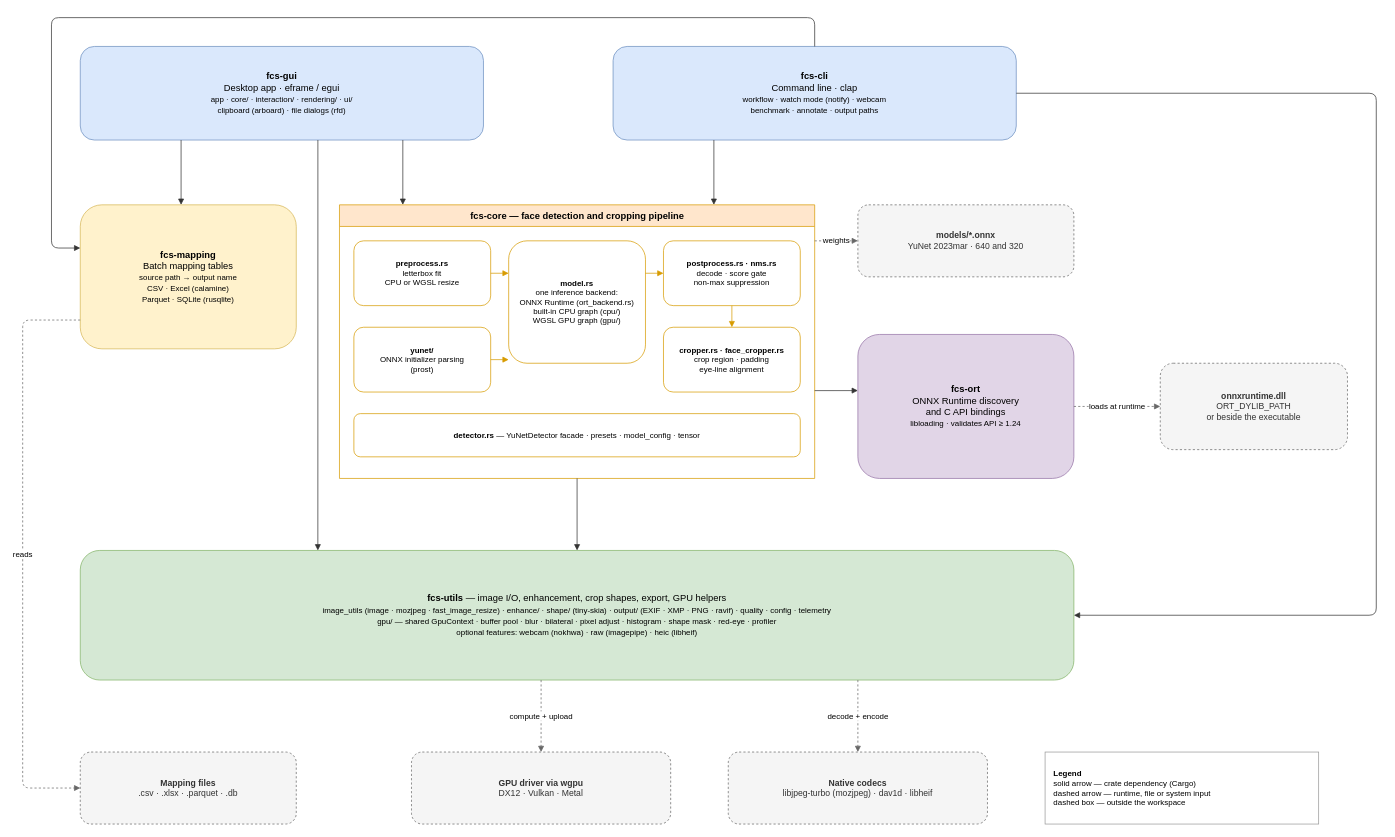
This is docs/diagrams/workspace-architecture.drawio from gregorycarnegie/face-crop-studio, a draw.io file, before an edit. Source tidied: cells renumbered, new cells numbered last; positions are measured from the earlier drawing's top-left corner, leaving out a move shared by most shapes. Both pictures are drawn from the tidied source at 72%, with x=0, y=0 at pixel (22, 17).
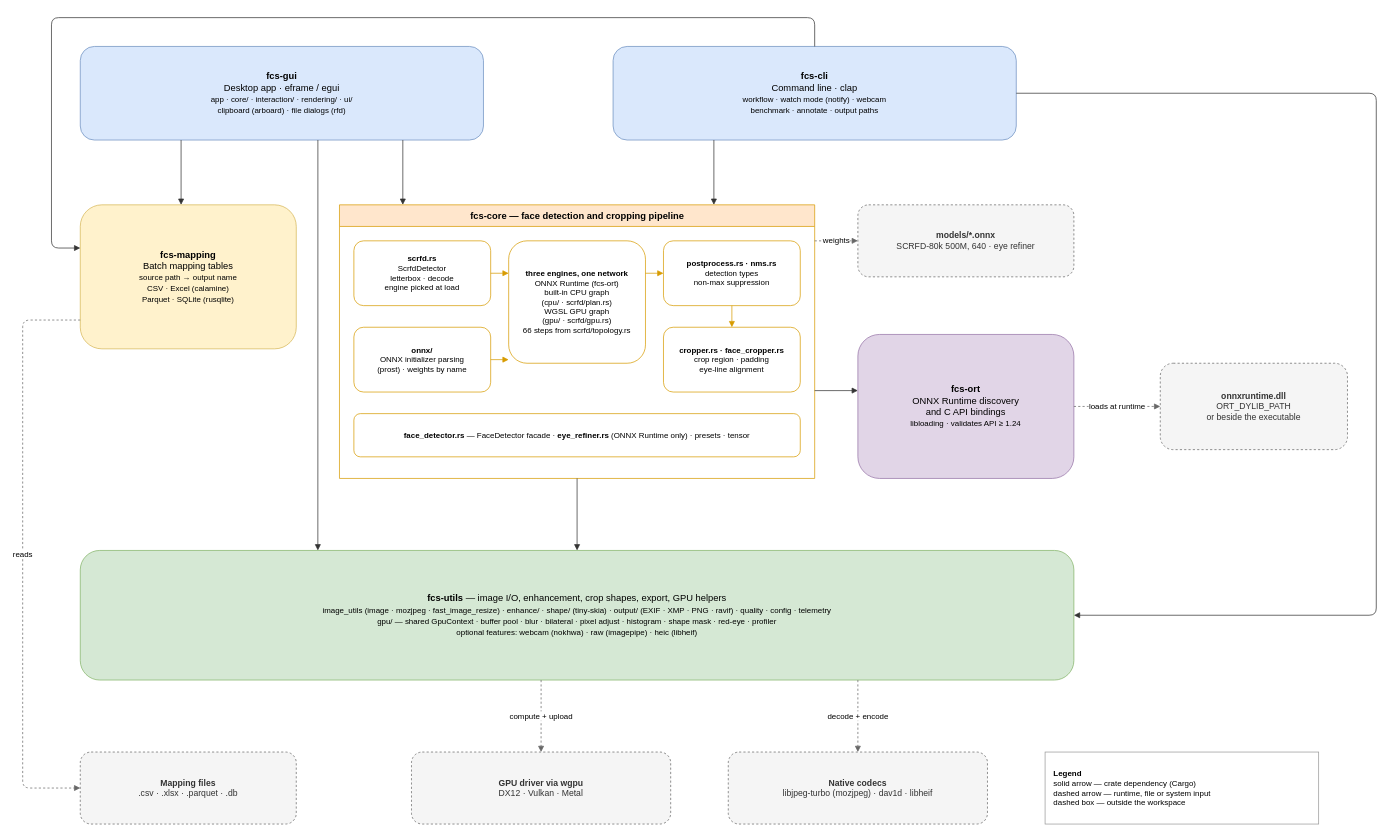
The same diagram, later.

Commit message (it also covers changes not shown here):
Redraw the architecture diagrams for SCRFD

Unchanged cells that the change refers to:
```xml
<mxCell id="5" value="fcs-core — face detection and cropping pipeline" style="swimlane;startSize=30;html=1;fillColor=#ffe6cc;strokeColor=#d79b00;fontStyle=1;fontSize=13;" parent="1" vertex="1">
  <mxGeometry x="440" y="260" width="660" height="380" as="geometry" />
</mxCell>
```

Diff of the diagram source:
```diff
@@
-    <mxCell id="6" value="&lt;b&gt;preprocess.rs&lt;/b&gt;&lt;br&gt;letterbox fit&lt;br&gt;CPU or WGSL resize" style="rounded=1;whiteSpace=wrap;html=1;fillColor=#ffffff;strokeColor=#d79b00;fontSize=11;" parent="5" vertex="1">
+    <mxCell id="6" value="&lt;b&gt;scrfd.rs&lt;/b&gt;&lt;br&gt;ScrfdDetector&lt;br&gt;letterbox · decode&lt;br&gt;engine picked at load" style="rounded=1;whiteSpace=wrap;html=1;fillColor=#ffffff;strokeColor=#d79b00;fontSize=11;" parent="5" vertex="1">
       <mxGeometry x="20" y="50" width="190" height="90" as="geometry" />
     </mxCell>
-    <mxCell id="7" value="&lt;b&gt;model.rs&lt;/b&gt;&lt;br&gt;one inference backend:&lt;br&gt;ONNX Runtime (ort_backend.rs)&lt;br&gt;built-in CPU graph (cpu/)&lt;br&gt;WGSL GPU graph (gpu/)" style="rounded=1;whiteSpace=wrap;html=1;fillColor=#ffffff;strokeColor=#d79b00;fontSize=11;" parent="5" vertex="1">
+    <mxCell id="7" value="&lt;b&gt;three engines, one network&lt;/b&gt;&lt;br&gt;ONNX Runtime (fcs-ort)&lt;br&gt;built-in CPU graph&lt;br&gt;(cpu/ · scrfd/plan.rs)&lt;br&gt;WGSL GPU graph&lt;br&gt;(gpu/ · scrfd/gpu.rs)&lt;br&gt;66 steps from scrfd/topology.rs" style="rounded=1;whiteSpace=wrap;html=1;fillColor=#ffffff;strokeColor=#d79b00;fontSize=11;" parent="5" vertex="1">
       <mxGeometry x="235" y="50" width="190" height="170" as="geometry" />
     </mxCell>
-    <mxCell id="8" value="&lt;b&gt;postprocess.rs · nms.rs&lt;/b&gt;&lt;br&gt;decode · score gate&lt;br&gt;non-max suppression" style="rounded=1;whiteSpace=wrap;html=1;fillColor=#ffffff;strokeColor=#d79b00;fontSize=11;" parent="5" vertex="1">
+    <mxCell id="8" value="&lt;b&gt;postprocess.rs · nms.rs&lt;/b&gt;&lt;br&gt;detection types&lt;br&gt;non-max suppression" style="rounded=1;whiteSpace=wrap;html=1;fillColor=#ffffff;strokeColor=#d79b00;fontSize=11;" parent="5" vertex="1">
       <mxGeometry x="450" y="50" width="190" height="90" as="geometry" />
     </mxCell>
@@
-    <mxCell id="10" value="&lt;b&gt;yunet/&lt;/b&gt;&lt;br&gt;ONNX initializer parsing&lt;br&gt;(prost)" style="rounded=1;whiteSpace=wrap;html=1;fillColor=#ffffff;strokeColor=#d79b00;fontSize=11;" parent="5" vertex="1">
-      <mxGeometry x="20" y="170" width="190" height="90" as="geometry" />
-    </mxCell>
+    <mxCell id="37" value="&lt;b&gt;onnx/&lt;/b&gt;&lt;br&gt;ONNX initializer parsing&lt;br&gt;(prost) · weights by name" style="rounded=1;whiteSpace=wrap;html=1;fillColor=#ffffff;strokeColor=#d79b00;fontSize=11;" parent="5" vertex="1">
+      <mxGeometry x="20" y="170" width="190" height="90" as="geometry" />
+    </mxCell>
-    <mxCell id="11" value="&lt;b&gt;detector.rs&lt;/b&gt; — YuNetDetector facade · presets · model_config · tensor" style="rounded=1;whiteSpace=wrap;html=1;fillColor=#ffffff;strokeColor=#d79b00;fontSize=11;" parent="5" vertex="1">
+    <mxCell id="11" value="&lt;b&gt;face_detector.rs&lt;/b&gt; — FaceDetector facade · &lt;b&gt;eye_refiner.rs&lt;/b&gt; (ONNX Runtime only) · presets · tensor" style="rounded=1;whiteSpace=wrap;html=1;fillColor=#ffffff;strokeColor=#d79b00;fontSize=11;" parent="5" vertex="1">
       <mxGeometry x="20" y="290" width="620" height="60" as="geometry" />
     </mxCell>
-    <mxCell id="12" value="&lt;b&gt;models/*.onnx&lt;/b&gt;&lt;br&gt;YuNet 2023mar · 640 and 320" style="rounded=1;whiteSpace=wrap;html=1;dashed=1;fillColor=#f5f5f5;strokeColor=#666666;fontColor=#333333;fontSize=12;" parent="1" vertex="1">
+    <mxCell id="12" value="&lt;b&gt;models/*.onnx&lt;/b&gt;&lt;br&gt;SCRFD-80k 500M, 640 · eye refiner" style="rounded=1;whiteSpace=wrap;html=1;dashed=1;fillColor=#f5f5f5;strokeColor=#666666;fontColor=#333333;fontSize=12;" parent="1" vertex="1">
       <mxGeometry x="1160" y="260" width="300" height="100" as="geometry" />
     </mxCell>
@@
-    <mxCell id="36" style="edgeStyle=orthogonalEdgeStyle;rounded=1;jettySize=auto;html=1;endArrow=block;endFill=1;strokeColor=#d79b00;exitX=1;exitY=0.5;exitDx=0;exitDy=0;entryX=0;entryY=0.97;entryDx=0;entryDy=0;" parent="5" edge="1" source="10" target="7">
+    <mxCell id="36" style="edgeStyle=orthogonalEdgeStyle;rounded=1;jettySize=auto;html=1;endArrow=block;endFill=1;strokeColor=#d79b00;exitX=1;exitY=0.5;exitDx=0;exitDy=0;entryX=0;entryY=0.97;entryDx=0;entryDy=0;" parent="5" edge="1" source="37" target="7">
       <mxGeometry relative="1" as="geometry" />
     </mxCell>
```
